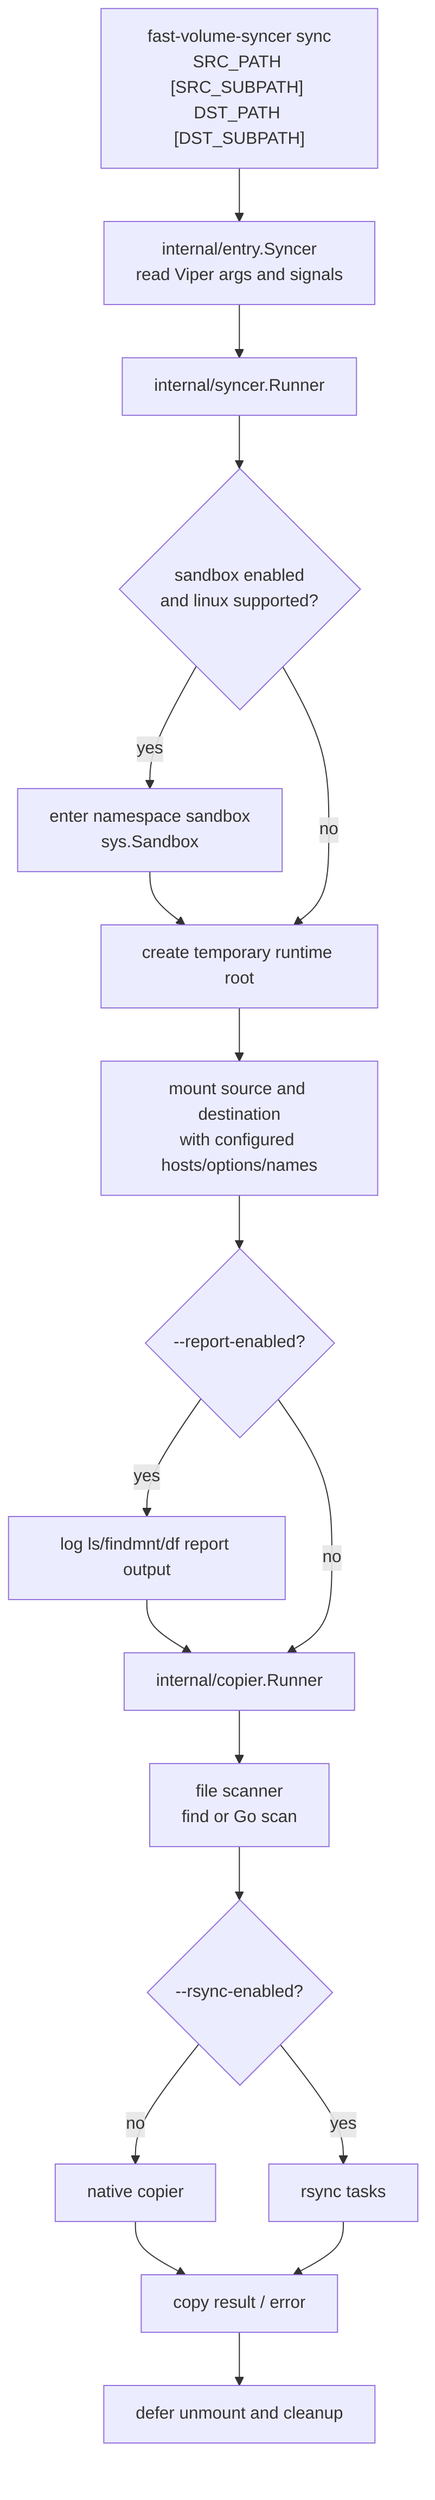
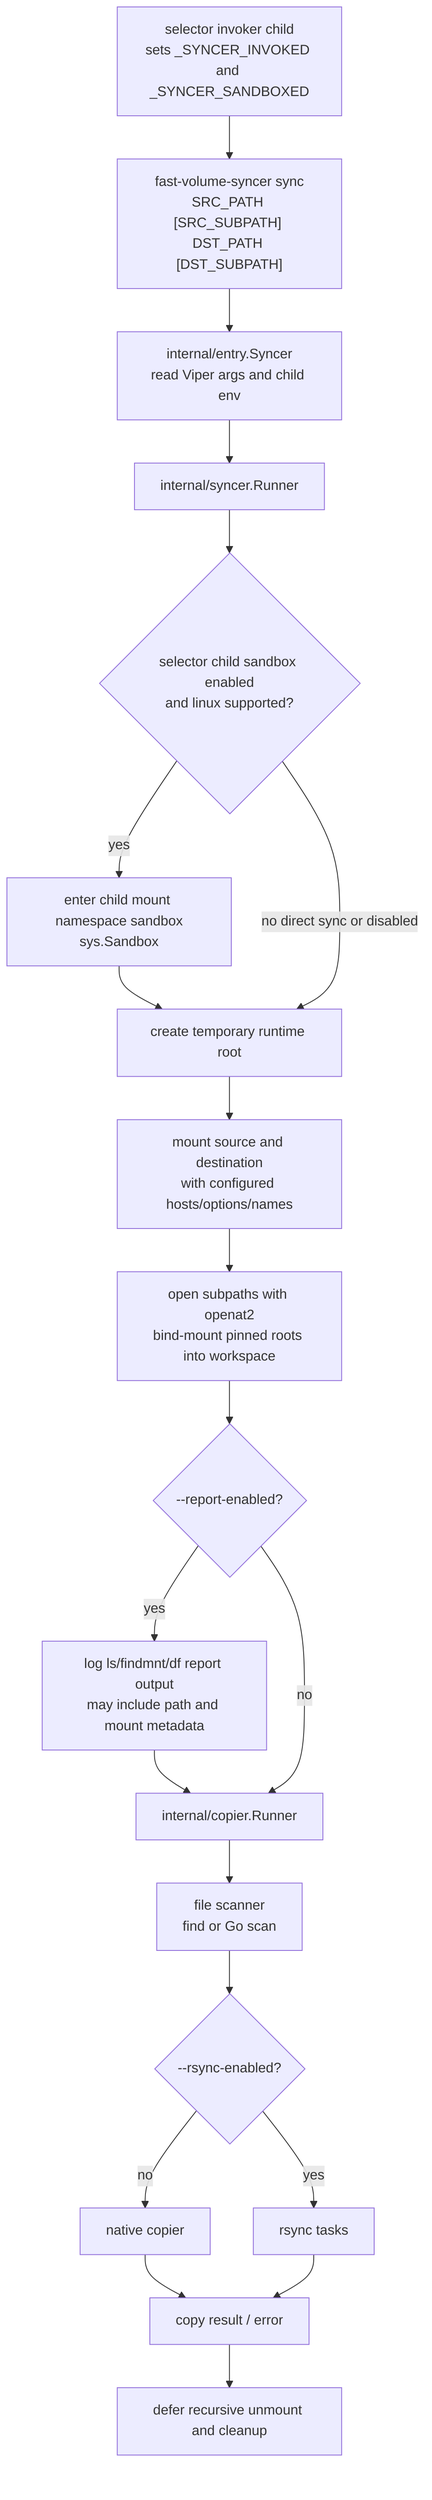
flowchart TD
    cli["fast-volume-syncer sync<br/>SRC_PATH [SRC_SUBPATH] DST_PATH [DST_SUBPATH]"]
-     entry["internal/entry.Syncer<br/>read Viper args and signals"]
-     runner[internal/syncer.Runner]
-     sandbox{"sandbox enabled<br/>and linux supported?"}
-     isolate[enter namespace sandbox\nsys.Sandbox]
-     temp[create temporary runtime root]
-     mounts[mount source and destination\nwith configured hosts/options/names]
-     report{--report-enabled?}
-     reportLogs[log ls/findmnt/df report output]
-     copier[internal/copier.Runner]
+     selector["selector invoker child<br/>sets _SYNCER_INVOKED and _SYNCER_SANDBOXED"]
+     entry["internal/entry.Syncer<br/>read Viper args and child env"]
+     runner["internal/syncer.Runner"]
+     sandbox{"selector child sandbox enabled<br/>and linux supported?"}
+     isolate["enter child mount namespace sandbox<br/>sys.Sandbox"]
+     temp["create temporary runtime root"]
+     mounts["mount source and destination<br/>with configured hosts/options/names"]
+     pin["open subpaths with openat2<br/>bind-mount pinned roots into workspace"]
+     report{"--report-enabled?"}
+     reportLogs["log ls/findmnt/df report output<br/>may include path and mount metadata"]
+     copier["internal/copier.Runner"]
    scanner["file scanner<br/>find or Go scan"]
-     method{--rsync-enabled?}
-     native[native copier]
-     rsync[rsync tasks]
-     result[copy result / error]
-     cleanup[defer unmount and cleanup]
+     method{"--rsync-enabled?"}
+     native["native copier"]
+     rsync["rsync tasks"]
+     result["copy result / error"]
+     cleanup["defer recursive unmount and cleanup"]

-     cli --> entry --> runner --> sandbox
+     cli --> entry
+     selector --> cli
+     entry --> runner --> sandbox
    sandbox -- yes --> isolate --> temp
-     sandbox -- no --> temp
-     temp --> mounts --> report
+     sandbox -- no direct sync or disabled --> temp
+     temp --> mounts --> pin --> report
    report -- yes --> reportLogs --> copier
    report -- no --> copier
    copier --> scanner --> method
    method -- no --> native --> result
    method -- yes --> rsync --> result
    result --> cleanup
